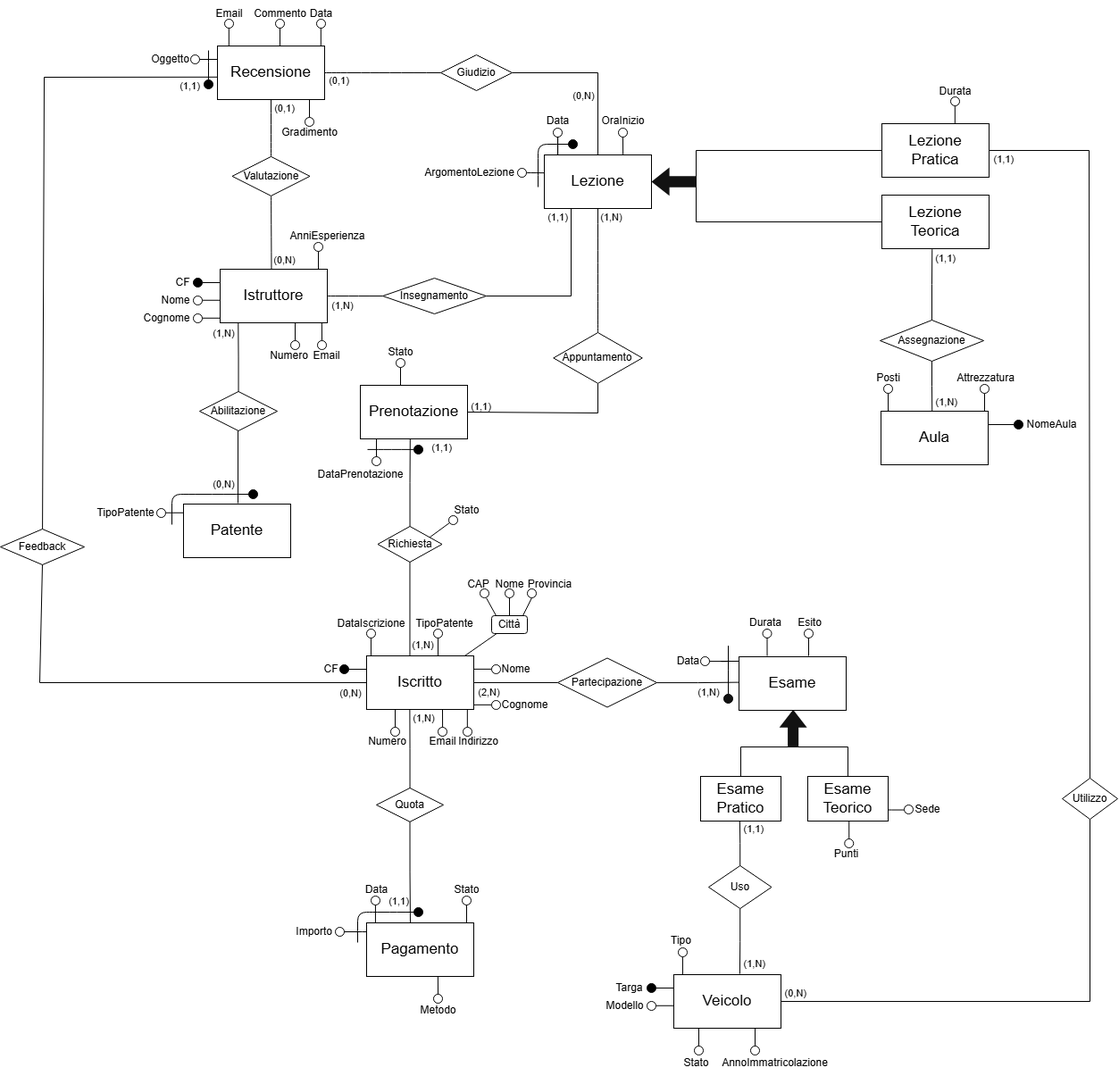
Earlier version of the draw.io export img/ER_ScuolaGuida.drawio.png (Andrea-Difino/db_scuola_guida). Source tidied: cells renumbered, new cells last; positions are measured from the earlier drawing's top-left corner, leaving out a move shared by most shapes.
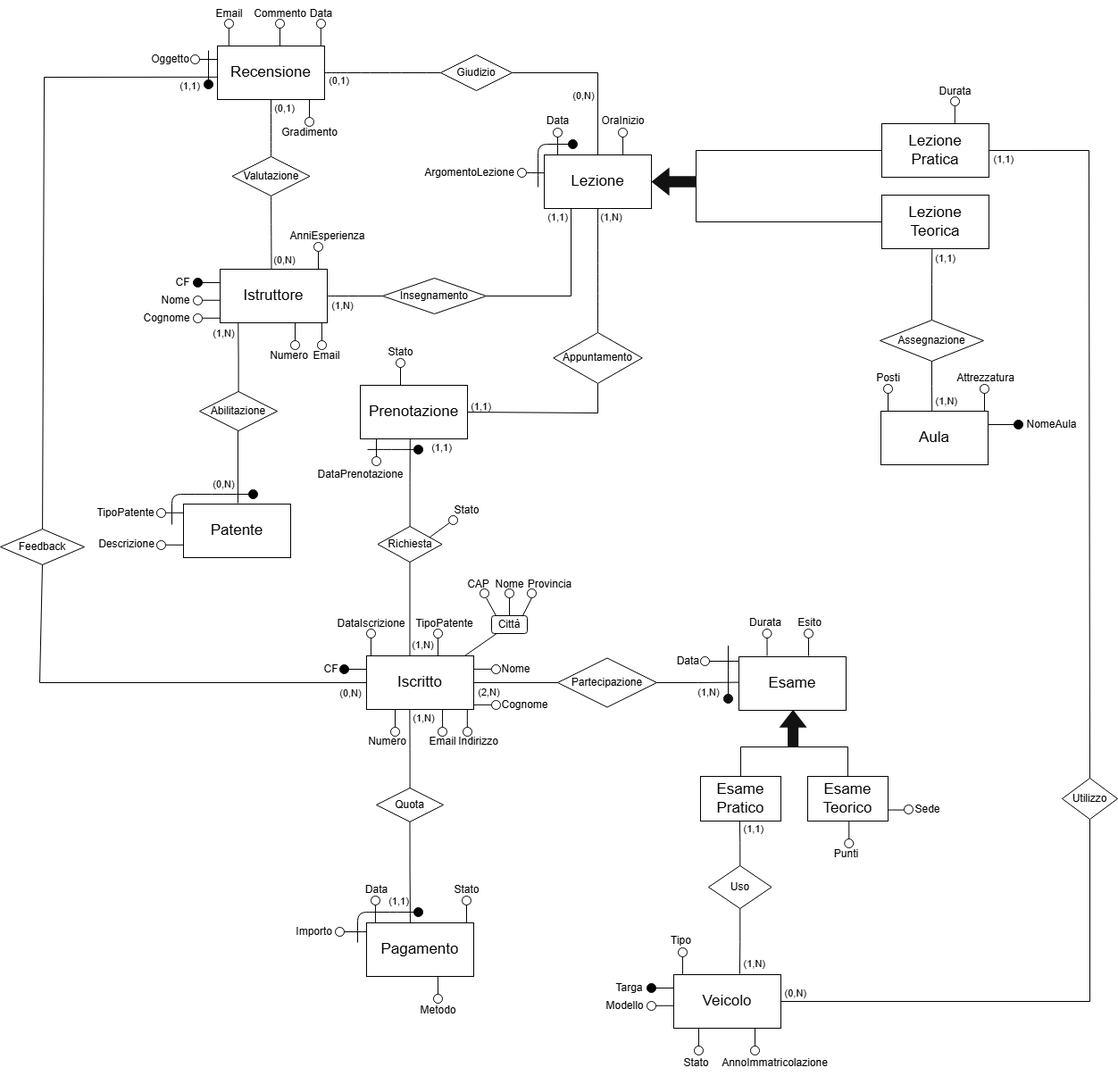
Above is the later version.

Commit message:
aggiunto attributo descrizione a Patente

The edit, as a diff of the source:
```diff
@@ -939,5 +939,17 @@
     <mxCell id="239" style="ellipse;whiteSpace=wrap;html=1;rounded=0;strokeColor=light-dark(#000000,#000000);align=center;verticalAlign=middle;fontFamily=Helvetica;fontSize=12;fontColor=light-dark(#000000,#000000);fillColor=light-dark(#000000,#FFFFFF);" parent="1" vertex="1">
       <mxGeometry x="502" y="577" width="10" height="10" as="geometry" />
     </mxCell>
+    <mxCell id="240" style="endArrow=none;html=1;rounded=0;fontFamily=Helvetica;fontSize=12;fontColor=default;exitX=1;exitY=0.5;exitDx=0;exitDy=0;entryX=0;entryY=0.25;entryDx=0;entryDy=0;strokeColor=light-dark(#000000,#000000);" parent="1" edge="1">
+      <mxGeometry relative="1" as="geometry">
+        <mxPoint x="185" y="609.8" as="sourcePoint" />
+        <mxPoint x="205" y="609.8" as="targetPoint" />
+      </mxGeometry>
+    </mxCell>
+    <mxCell id="241" style="ellipse;whiteSpace=wrap;html=1;rounded=0;strokeColor=light-dark(#000000,#000000);align=center;verticalAlign=middle;fontFamily=Helvetica;fontSize=12;fontColor=light-dark(#000000,#000000);fillColor=light-dark(#000000,#FFFFFF);" parent="1" vertex="1">
+      <mxGeometry x="175" y="605" width="10" height="10" as="geometry" />
+    </mxCell>
+    <mxCell id="242" value="Descrizione" style="text;html=1;align=center;verticalAlign=middle;strokeColor=none;fillColor=none;fontFamily=Helvetica;fontSize=12;fontColor=light-dark(#000000,#000000);" parent="1" vertex="1">
+      <mxGeometry x="100" y="596" width="81" height="26" as="geometry" />
+    </mxCell>
   </root>
 </mxGraphModel>
```
